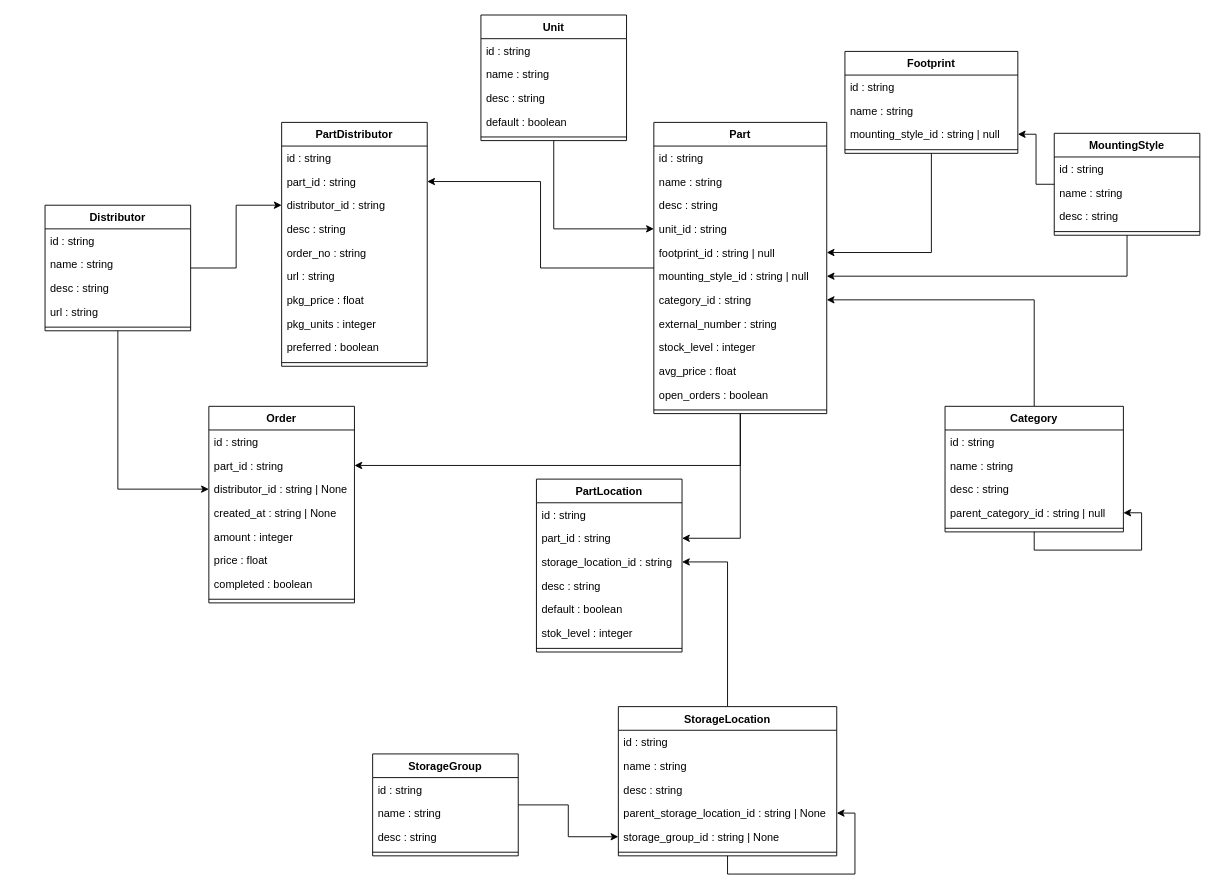
The draw.io diagram docs/elements-api.drawio in nils-ost/Inventory4Parts, before the edit. Source tidied: cells renumbered, new cells numbered last; positions are measured from the earlier drawing's top-left corner, leaving out a move shared by most shapes. Both pictures are drawn from the tidied source at 91%, with x=0, y=0 at pixel (45, 15).
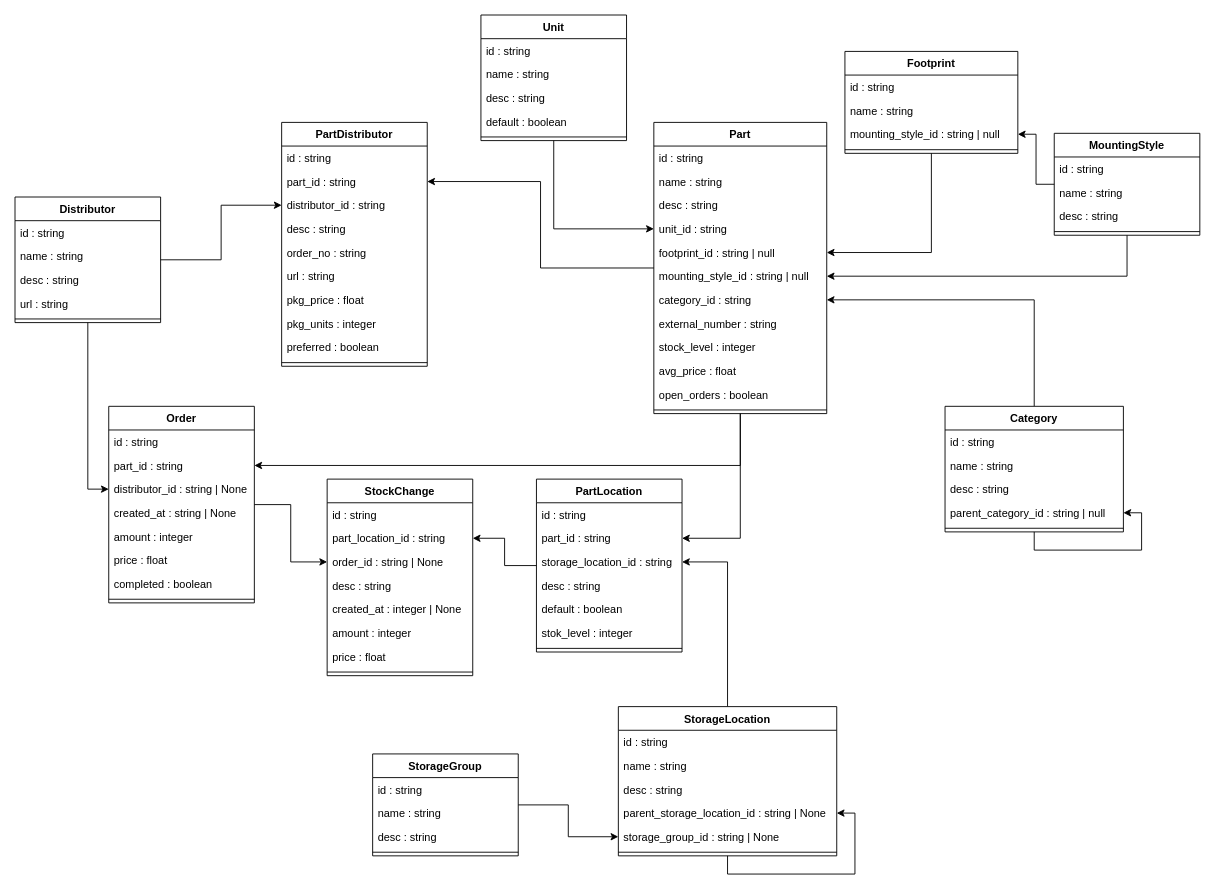
After the change.

Unchanged cells that the change refers to:
```xml
<mxCell id="89" value="PartLocation" style="swimlane;fontStyle=1;align=center;verticalAlign=top;horizontal=1;startSize=26;" parent="1" vertex="1">
  <mxGeometry x="540" y="510" width="160" height="190" as="geometry" />
</mxCell>
```

Diff of the diagram source:
```diff
@@
     <mxCell id="48" value="Distributor" style="swimlane;fontStyle=1;align=center;verticalAlign=top;horizontal=1;startSize=26;" parent="1" vertex="1">
-      <mxGeometry y="209" width="160" height="138" as="geometry" />
+      <mxGeometry x="-33" y="200" width="160" height="138" as="geometry" />
     </mxCell>
@@
+    <mxCell id="97" style="edgeStyle=orthogonalEdgeStyle;rounded=0;jettySize=auto;html=1;" parent="1" edge="1" source="80" target="102">
+      <mxGeometry relative="1" as="geometry" />
+    </mxCell>
     <mxCell id="80" value="Order" style="swimlane;fontStyle=1;align=center;verticalAlign=top;horizontal=1;startSize=26;" parent="1" vertex="1">
-      <mxGeometry x="180" y="430" width="160" height="216" as="geometry" />
+      <mxGeometry x="70" y="430" width="160" height="216" as="geometry" />
     </mxCell>
@@
+    <mxCell id="98" style="edgeStyle=orthogonalEdgeStyle;rounded=0;jettySize=auto;html=1;" parent="1" edge="1" source="89" target="101">
+      <mxGeometry relative="1" as="geometry" />
+    </mxCell>
@@
+    <mxCell id="99" value="StockChange" style="swimlane;fontStyle=1;align=center;verticalAlign=top;horizontal=1;startSize=26;" parent="1" vertex="1">
+      <mxGeometry x="310" y="510" width="160" height="216" as="geometry" />
+    </mxCell>
+    <mxCell id="100" value="id : string" style="text;strokeColor=none;fillColor=none;align=left;verticalAlign=top;spacingLeft=4;spacingRight=4;overflow=hidden;" parent="99" vertex="1">
+      <mxGeometry y="26" width="160" height="26" as="geometry" />
+    </mxCell>
+    <mxCell id="101" value="part_location_id : string" style="text;strokeColor=none;fillColor=none;align=left;verticalAlign=top;spacingLeft=4;spacingRight=4;overflow=hidden;points=[[0,0.5],[1,0.5]];portConstraint=eastwest;" parent="99" vertex="1">
+      <mxGeometry y="52" width="160" height="26" as="geometry" />
+    </mxCell>
+    <mxCell id="102" value="order_id : string | None" style="text;strokeColor=none;fillColor=none;align=left;verticalAlign=top;spacingLeft=4;spacingRight=4;overflow=hidden;points=[[0,0.5],[1,0.5]];portConstraint=eastwest;" parent="99" vertex="1">
+      <mxGeometry y="78" width="160" height="26" as="geometry" />
+    </mxCell>
+    <mxCell id="103" value="desc : string" style="text;strokeColor=none;fillColor=none;align=left;verticalAlign=top;spacingLeft=4;spacingRight=4;overflow=hidden;" parent="99" vertex="1">
+      <mxGeometry y="104" width="160" height="26" as="geometry" />
+    </mxCell>
+    <mxCell id="104" value="created_at : integer | None" style="text;strokeColor=none;fillColor=none;align=left;verticalAlign=top;spacingLeft=4;spacingRight=4;overflow=hidden;" parent="99" vertex="1">
+      <mxGeometry y="130" width="160" height="26" as="geometry" />
+    </mxCell>
+    <mxCell id="105" value="amount : integer" style="text;strokeColor=none;fillColor=none;align=left;verticalAlign=top;spacingLeft=4;spacingRight=4;overflow=hidden;" parent="99" vertex="1">
+      <mxGeometry y="156" width="160" height="26" as="geometry" />
+    </mxCell>
+    <mxCell id="106" value="price : float" style="text;strokeColor=none;fillColor=none;align=left;verticalAlign=top;spacingLeft=4;spacingRight=4;overflow=hidden;" parent="99" vertex="1">
+      <mxGeometry y="182" width="160" height="26" as="geometry" />
+    </mxCell>
+    <mxCell id="107" style="line;strokeWidth=1;fillColor=none;align=left;verticalAlign=middle;spacingTop=-1;spacingLeft=3;spacingRight=3;labelPosition=right;" parent="99" vertex="1">
+      <mxGeometry y="208" width="160" height="8" as="geometry" />
+    </mxCell>
```
